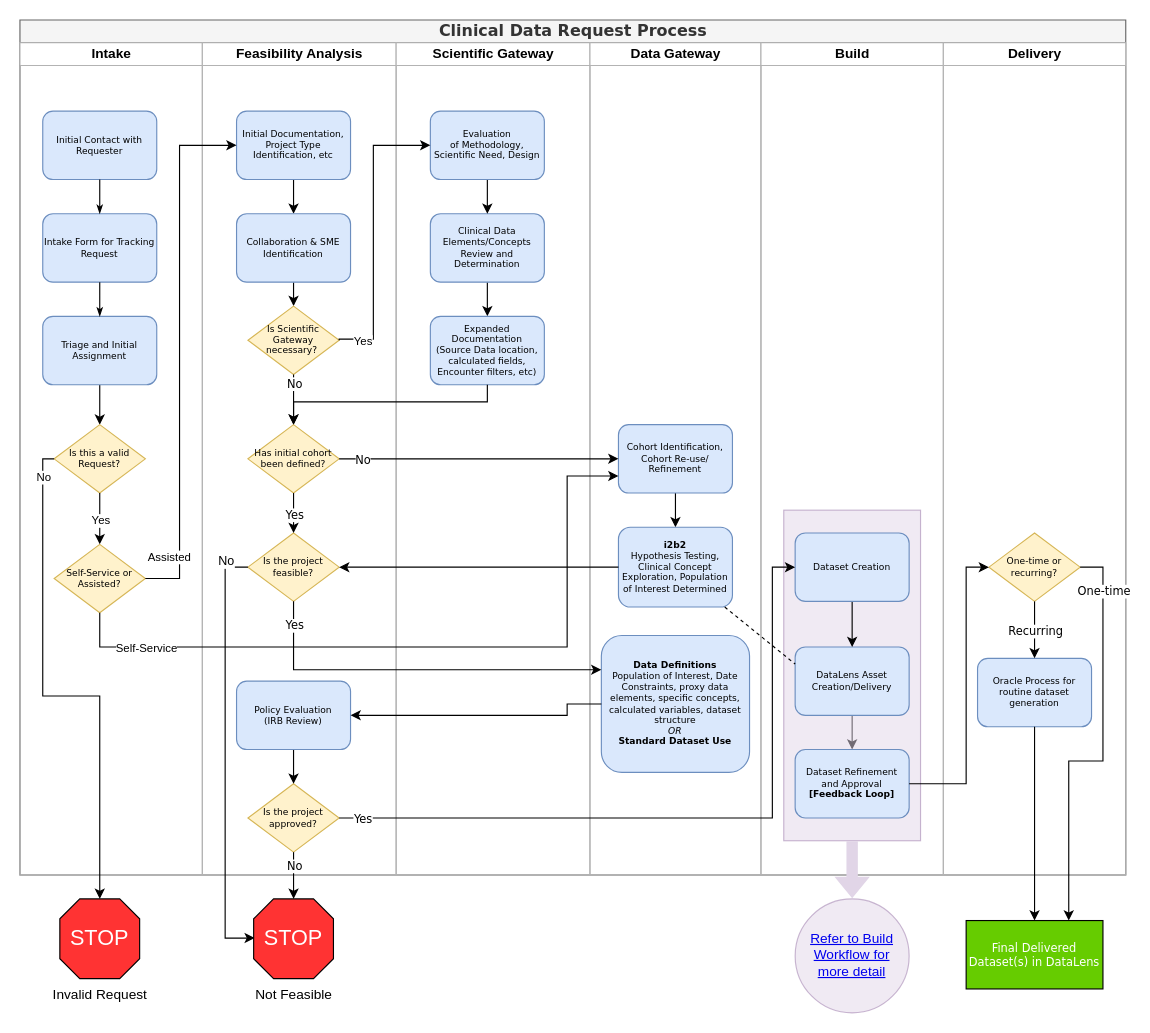
Above: page "Overall Workflow" (1 of 7) of Clinical Data Request.drawio in ntimkovich/UAB-II-Diagrams (draw.io), before the change. Source tidied: cells renumbered, new cells numbered last; positions are measured from the earlier drawing's top-left corner, leaving out a move shared by most shapes. Both pictures are drawn from the tidied source at 114%, with x=0, y=0 at pixel (19, 19).
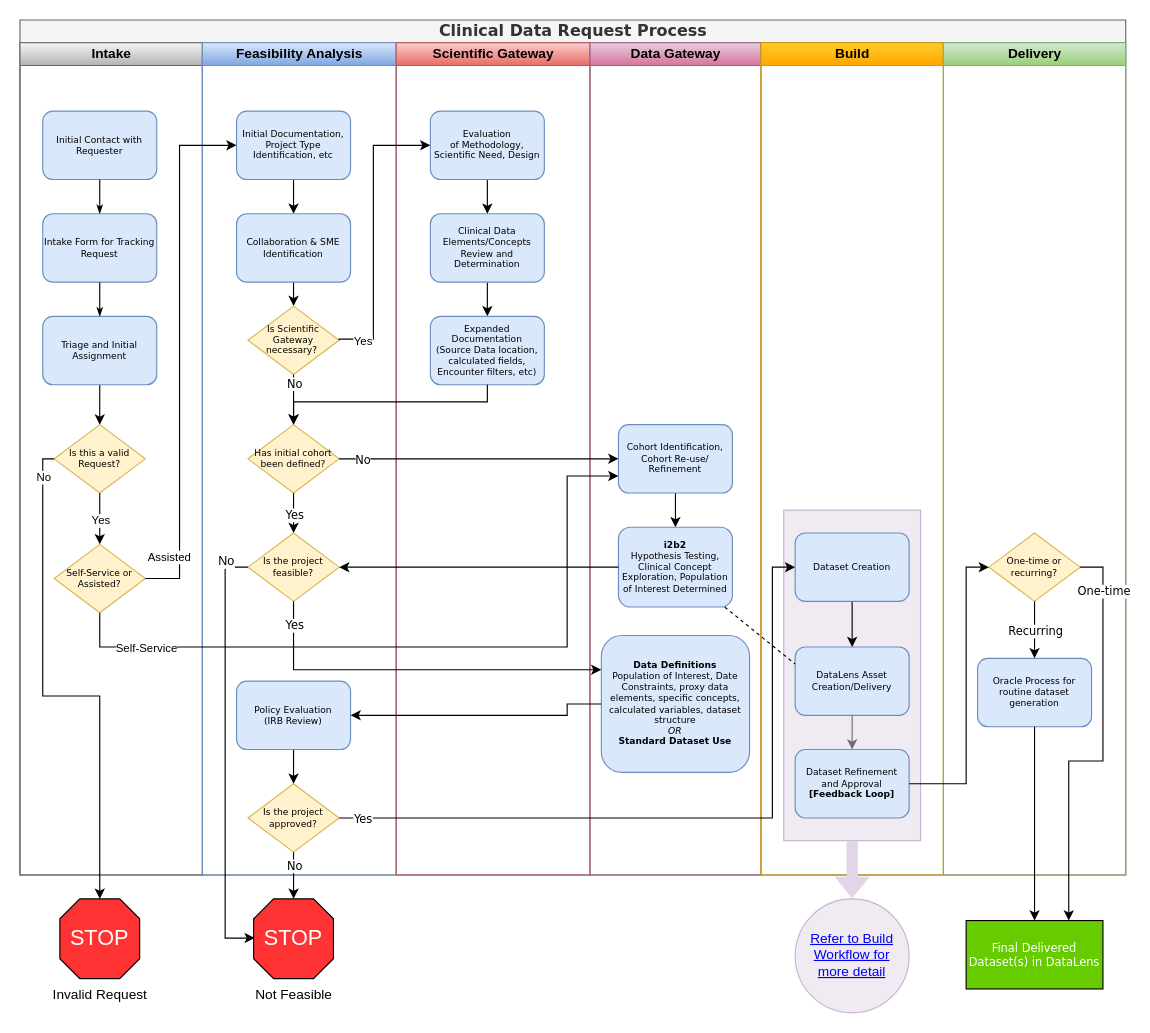
After the change.

The change refers to these unchanged cells:
```xml
<mxCell id="2" value="Clinical Data Request Process" style="swimlane;html=1;startSize=20;rounded=0;shadow=0;labelBackgroundColor=none;strokeWidth=1;fontFamily=Verdana;fontSize=14;align=center;fillColor=#f5f5f5;fontColor=#333333;strokeColor=#666666;" parent="1" vertex="1">
  <mxGeometry width="970" height="750" as="geometry" />
</mxCell>
```

The edit, as a diff of the source:
```diff
@@
-    <mxCell id="3" value="Intake" style="swimlane;html=1;startSize=20;strokeColor=#B3B3B3;fillStyle=solid;" parent="2" vertex="1">
+    <mxCell id="3" value="Intake" style="swimlane;html=1;startSize=20;strokeColor=#666666;fillStyle=solid;fillColor=#f5f5f5;gradientColor=#b3b3b3;" parent="2" vertex="1">
       <mxGeometry y="20" width="160" height="730" as="geometry" />
     </mxCell>
@@
-    <mxCell id="14" value="Feasibility Analysis" style="swimlane;html=1;startSize=20;strokeColor=#B3B3B3;" parent="2" vertex="1">
+    <mxCell id="14" value="Feasibility Analysis" style="swimlane;html=1;startSize=20;strokeColor=#6c8ebf;fillColor=#dae8fc;gradientColor=#7ea6e0;" parent="2" vertex="1">
       <mxGeometry x="160" y="20" width="170" height="730" as="geometry" />
     </mxCell>
@@
-    <mxCell id="29" value="Scientific Gateway" style="swimlane;html=1;startSize=20;strokeColor=#B3B3B3;" parent="2" vertex="1">
+    <mxCell id="29" value="Scientific Gateway" style="swimlane;html=1;startSize=20;strokeColor=#b85450;fillColor=#f8cecc;gradientColor=#ea6b66;" parent="2" vertex="1">
       <mxGeometry x="330" y="20" width="170" height="730" as="geometry" />
     </mxCell>
@@
-    <mxCell id="35" value="Data Gateway" style="swimlane;html=1;startSize=20;strokeColor=#B3B3B3;" parent="2" vertex="1">
+    <mxCell id="35" value="Data Gateway" style="swimlane;html=1;startSize=20;strokeColor=#996185;fillColor=#e6d0de;gradientColor=#d5739d;" parent="2" vertex="1">
       <mxGeometry x="500" y="20" width="150" height="730" as="geometry" />
     </mxCell>
@@
-    <mxCell id="40" value="Build" style="swimlane;html=1;startSize=20;strokeColor=#B3B3B3;" parent="2" vertex="1">
+    <mxCell id="40" value="Build" style="swimlane;html=1;startSize=20;strokeColor=#d79b00;fillColor=#ffcd28;gradientColor=#ffa500;" parent="2" vertex="1">
       <mxGeometry x="650" y="20" width="160" height="730" as="geometry" />
     </mxCell>
@@
-    <mxCell id="47" value="Delivery" style="swimlane;html=1;startSize=20;strokeColor=#B3B3B3;" parent="2" vertex="1">
+    <mxCell id="47" value="Delivery" style="swimlane;html=1;startSize=20;strokeColor=#82b366;fillColor=#d5e8d4;gradientColor=#97d077;" parent="2" vertex="1">
       <mxGeometry x="810" y="20" width="160" height="730" as="geometry" />
     </mxCell>
```
